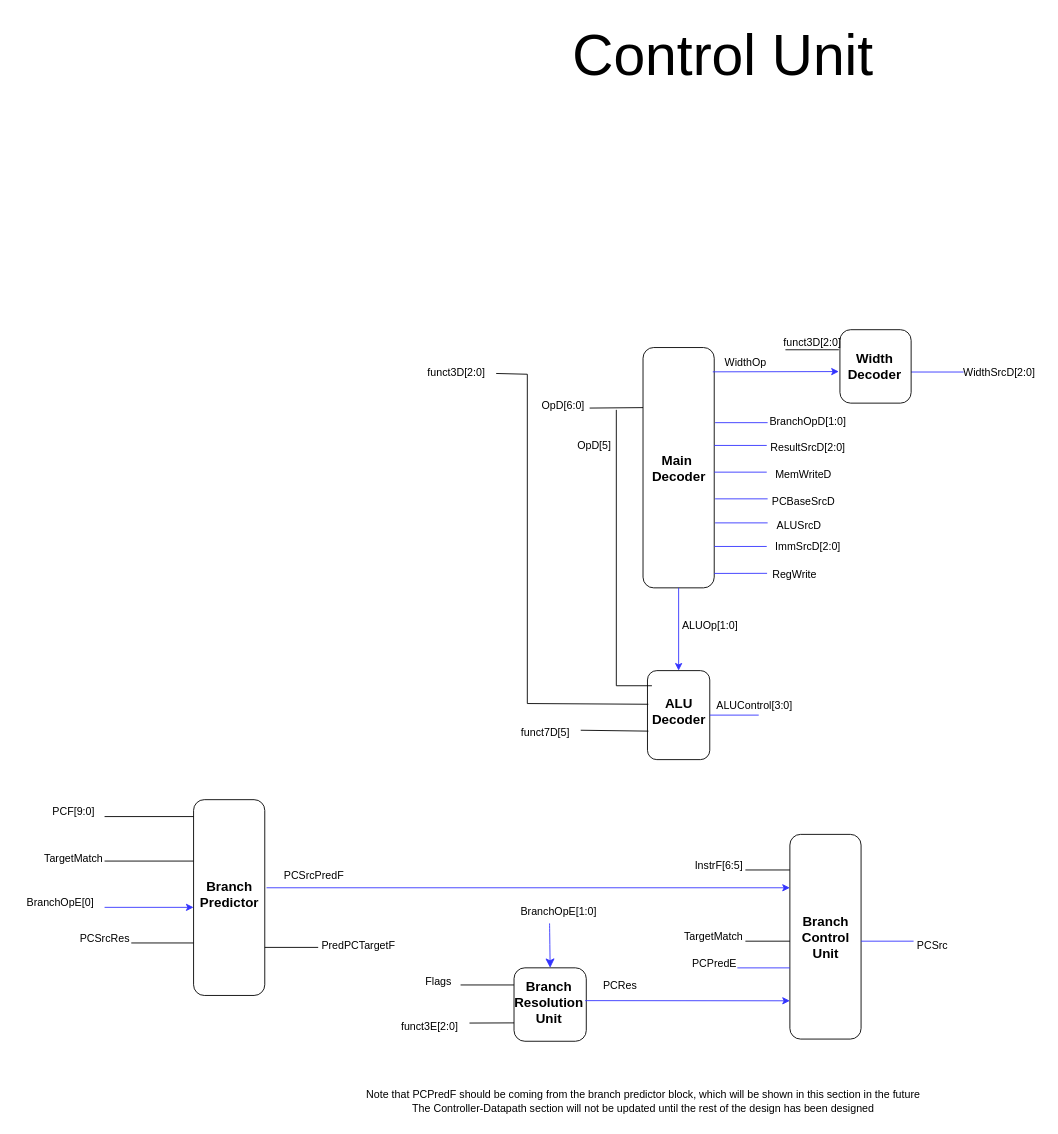
This is page "Control Unit" (3 of 4) of Documentation/RISC-V Pipelined Schematic.drawio from Biggo03/RISC-V-Pipelined, a draw.io file, before an edit. Source tidied: cells renumbered, new cells numbered last; positions are measured from the earlier drawing's top-left corner, leaving out a move shared by most shapes. Both pictures are drawn from the tidied source at 89%, with x=0, y=0 at pixel (15, 15).
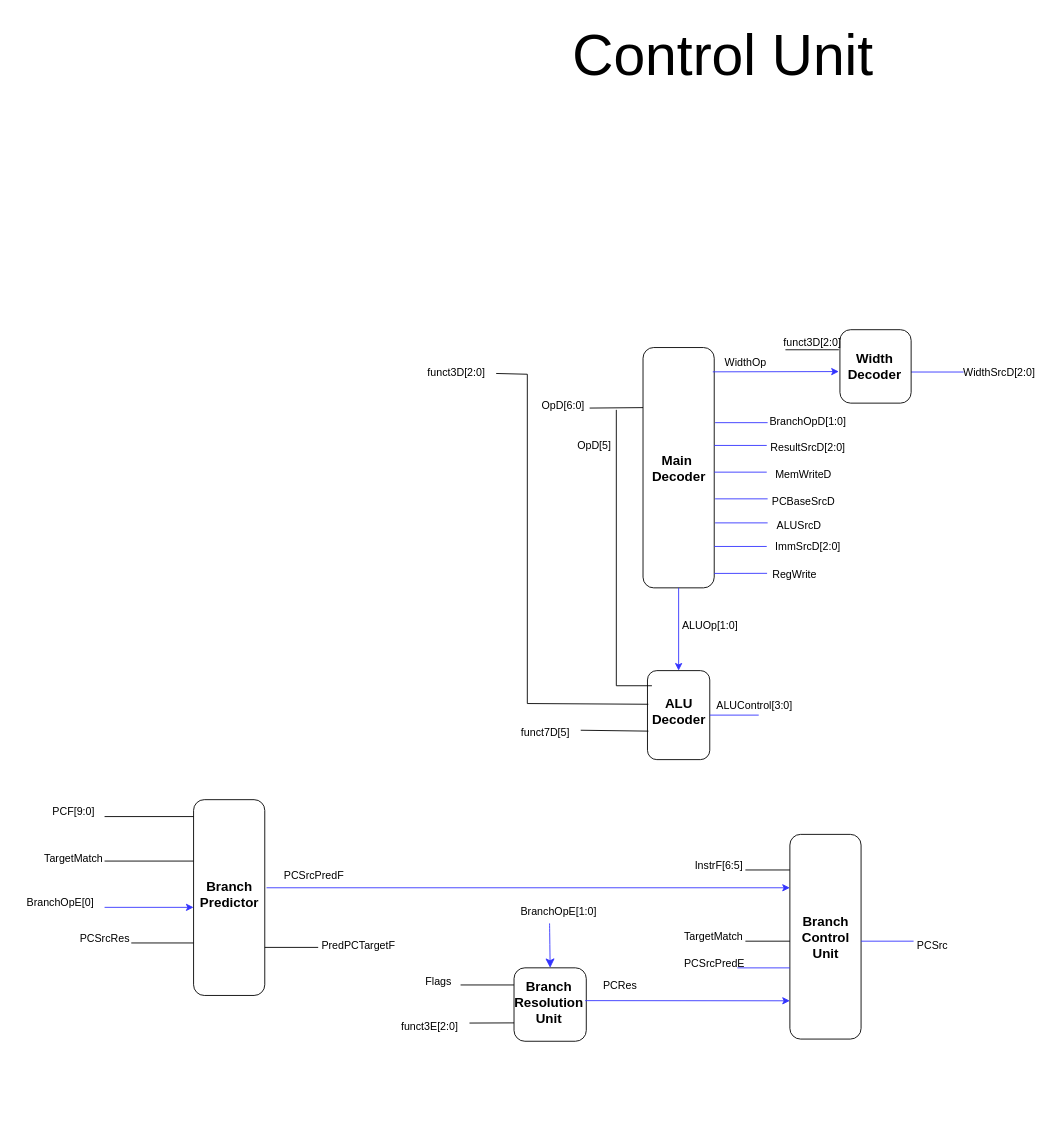
After the change.

Commit message (it also covers changes not shown here):
Updates to branch predictor diagram, made control unit block larger in main microarch.

Change to the diagram source:
```diff
@@
-    <mxCell id="67" value="PCPredE" style="text;html=1;align=center;verticalAlign=middle;strokeColor=none;fillColor=none;" parent="1" vertex="1">
-      <mxGeometry x="750" y="1050" width="70" height="30" as="geometry" />
+    <mxCell id="67" value="PCSrcPredE" style="text;html=1;align=center;verticalAlign=middle;strokeColor=none;fillColor=none;" parent="1" vertex="1">
+      <mxGeometry x="740" y="1050" width="90" height="30" as="geometry" />
     </mxCell>
-    <mxCell id="68" value="Note that PCPredF should be coming from the branch predictor block, which will be shown in this section in the future&lt;div&gt;The Controller-Datapath section will not be updated until the rest of the design has been designed&lt;/div&gt;" style="text;html=1;align=center;verticalAlign=middle;strokeColor=none;fillColor=none;" parent="1" vertex="1">
-      <mxGeometry x="380" y="1200" width="650" height="40" as="geometry" />
-    </mxCell>
```
